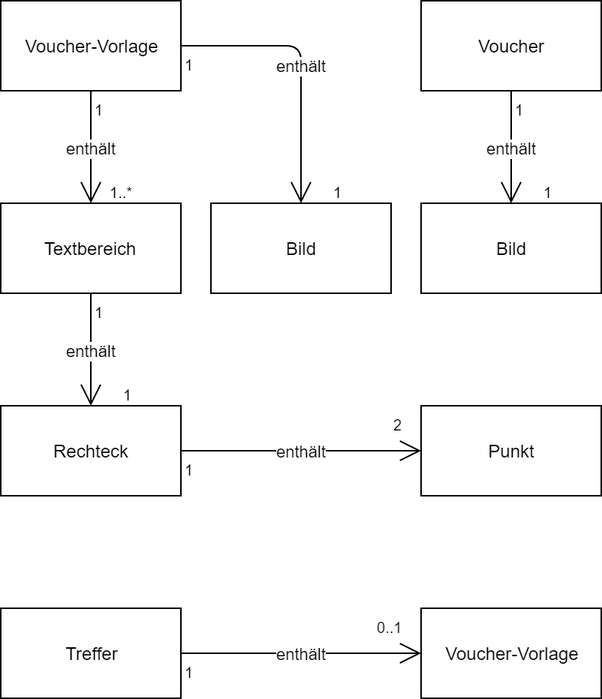
Earlier version of the draw.io export docs/Datenmodell.png (LucaRitz/ticket-recognition). Source tidied: cells renumbered, new cells last; positions are measured from the earlier drawing's top-left corner, leaving out a move shared by most shapes. Its diagram source:
```xml
<mxGraphModel>
  <root>
    <mxCell id="0" />
    <mxCell id="1" parent="0" />
    <mxCell id="2" value="Voucher-Vorlage" style="rounded=0;whiteSpace=wrap;html=1;" parent="1" vertex="1">
      <mxGeometry width="120" height="60" as="geometry" />
    </mxCell>
    <mxCell id="3" value="Textbereich" style="rounded=0;whiteSpace=wrap;html=1;" parent="1" vertex="1">
      <mxGeometry y="135" width="120" height="60" as="geometry" />
    </mxCell>
    <mxCell id="4" value="enthält" style="endArrow=open;html=1;endSize=12;startArrow=none;startSize=14;startFill=0;edgeStyle=orthogonalEdgeStyle;" parent="1" edge="1" source="2" target="3">
      <mxGeometry relative="1" as="geometry" />
    </mxCell>
    <mxCell id="5" value="1" style="html=1;align=left;verticalAlign=top;labelBackgroundColor=#ffffff;fontSize=10;" parent="4" vertex="1">
      <mxGeometry x="-1" relative="1" as="geometry" />
    </mxCell>
    <mxCell id="6" value="1..*" style="html=1;align=right;verticalAlign=top;labelBackgroundColor=#ffffff;fontSize=10;" parent="4" vertex="1">
      <mxGeometry x="1" relative="1" as="geometry">
        <mxPoint x="30" y="-20" as="offset" />
      </mxGeometry>
    </mxCell>
    <mxCell id="7" value="Bild" style="rounded=0;whiteSpace=wrap;html=1;" parent="1" vertex="1">
      <mxGeometry x="140" y="135" width="120" height="60" as="geometry" />
    </mxCell>
    <mxCell id="8" value="enthält" style="endArrow=open;html=1;endSize=12;startArrow=none;startSize=14;startFill=0;edgeStyle=orthogonalEdgeStyle;" parent="1" edge="1" source="2" target="7">
      <mxGeometry relative="1" as="geometry" />
    </mxCell>
    <mxCell id="9" value="1" style="html=1;align=left;verticalAlign=top;labelBackgroundColor=#ffffff;fontSize=10;" parent="8" vertex="1">
      <mxGeometry x="-1" relative="1" as="geometry" />
    </mxCell>
    <mxCell id="10" value="1" style="html=1;align=right;verticalAlign=top;labelBackgroundColor=#ffffff;fontSize=10;" parent="8" vertex="1">
      <mxGeometry x="1" relative="1" as="geometry">
        <mxPoint x="30" y="-20" as="offset" />
      </mxGeometry>
    </mxCell>
    <mxCell id="11" value="Voucher" style="rounded=0;whiteSpace=wrap;html=1;" parent="1" vertex="1">
      <mxGeometry x="280" width="120" height="60" as="geometry" />
    </mxCell>
    <mxCell id="12" value="Bild" style="rounded=0;whiteSpace=wrap;html=1;" parent="1" vertex="1">
      <mxGeometry x="280" y="135" width="120" height="60" as="geometry" />
    </mxCell>
    <mxCell id="13" value="enthält" style="endArrow=open;html=1;endSize=12;startArrow=none;startSize=14;startFill=0;edgeStyle=orthogonalEdgeStyle;" parent="1" edge="1" source="11" target="12">
      <mxGeometry relative="1" as="geometry" />
    </mxCell>
    <mxCell id="14" value="1" style="html=1;align=left;verticalAlign=top;labelBackgroundColor=#ffffff;fontSize=10;" parent="13" vertex="1">
      <mxGeometry x="-1" relative="1" as="geometry" />
    </mxCell>
    <mxCell id="15" value="1" style="html=1;align=right;verticalAlign=top;labelBackgroundColor=#ffffff;fontSize=10;" parent="13" vertex="1">
      <mxGeometry x="1" relative="1" as="geometry">
        <mxPoint x="30" y="-20" as="offset" />
      </mxGeometry>
    </mxCell>
    <mxCell id="16" value="Rechteck" style="rounded=0;whiteSpace=wrap;html=1;" parent="1" vertex="1">
      <mxGeometry y="270" width="120" height="60" as="geometry" />
    </mxCell>
    <mxCell id="17" value="Punkt" style="rounded=0;whiteSpace=wrap;html=1;" parent="1" vertex="1">
      <mxGeometry x="280" y="270" width="120" height="60" as="geometry" />
    </mxCell>
    <mxCell id="18" value="enthält" style="endArrow=open;html=1;endSize=12;startArrow=none;startSize=14;startFill=0;edgeStyle=orthogonalEdgeStyle;" parent="1" edge="1" source="3" target="16">
      <mxGeometry relative="1" as="geometry" />
    </mxCell>
    <mxCell id="19" value="1" style="html=1;align=left;verticalAlign=top;labelBackgroundColor=#ffffff;fontSize=10;" parent="18" vertex="1">
      <mxGeometry x="-1" relative="1" as="geometry" />
    </mxCell>
    <mxCell id="20" value="1" style="html=1;align=right;verticalAlign=top;labelBackgroundColor=#ffffff;fontSize=10;" parent="18" vertex="1">
      <mxGeometry x="1" relative="1" as="geometry">
        <mxPoint x="30" y="-20" as="offset" />
      </mxGeometry>
    </mxCell>
    <mxCell id="21" value="enthält" style="endArrow=open;html=1;endSize=12;startArrow=none;startSize=14;startFill=0;edgeStyle=orthogonalEdgeStyle;" parent="1" edge="1" source="16" target="17">
      <mxGeometry relative="1" as="geometry" />
    </mxCell>
    <mxCell id="22" value="1" style="html=1;align=left;verticalAlign=top;labelBackgroundColor=#ffffff;fontSize=10;" parent="21" vertex="1">
      <mxGeometry x="-1" relative="1" as="geometry" />
    </mxCell>
    <mxCell id="23" value="2" style="html=1;align=right;verticalAlign=top;labelBackgroundColor=#ffffff;fontSize=10;" parent="21" vertex="1">
      <mxGeometry x="1" relative="1" as="geometry">
        <mxPoint x="-10" y="-30" as="offset" />
      </mxGeometry>
    </mxCell>
    <mxCell id="24" value="Treffer" style="rounded=0;whiteSpace=wrap;html=1;" parent="1" vertex="1">
      <mxGeometry y="405" width="120" height="60" as="geometry" />
    </mxCell>
    <mxCell id="25" value="Voucher-Vorlage" style="rounded=0;whiteSpace=wrap;html=1;" parent="1" vertex="1">
      <mxGeometry x="280" y="405" width="120" height="60" as="geometry" />
    </mxCell>
    <mxCell id="26" value="enthält" style="endArrow=open;html=1;endSize=12;startArrow=none;startSize=14;startFill=0;edgeStyle=orthogonalEdgeStyle;" parent="1" edge="1" source="24" target="25">
      <mxGeometry relative="1" as="geometry" />
    </mxCell>
    <mxCell id="27" value="1" style="html=1;align=left;verticalAlign=top;labelBackgroundColor=#ffffff;fontSize=10;" parent="26" vertex="1">
      <mxGeometry x="-1" relative="1" as="geometry" />
    </mxCell>
    <mxCell id="28" value="0..1" style="html=1;align=right;verticalAlign=top;labelBackgroundColor=#ffffff;fontSize=10;" parent="26" vertex="1">
      <mxGeometry x="1" relative="1" as="geometry">
        <mxPoint x="-10" y="-30" as="offset" />
      </mxGeometry>
    </mxCell>
  </root>
</mxGraphModel>
```
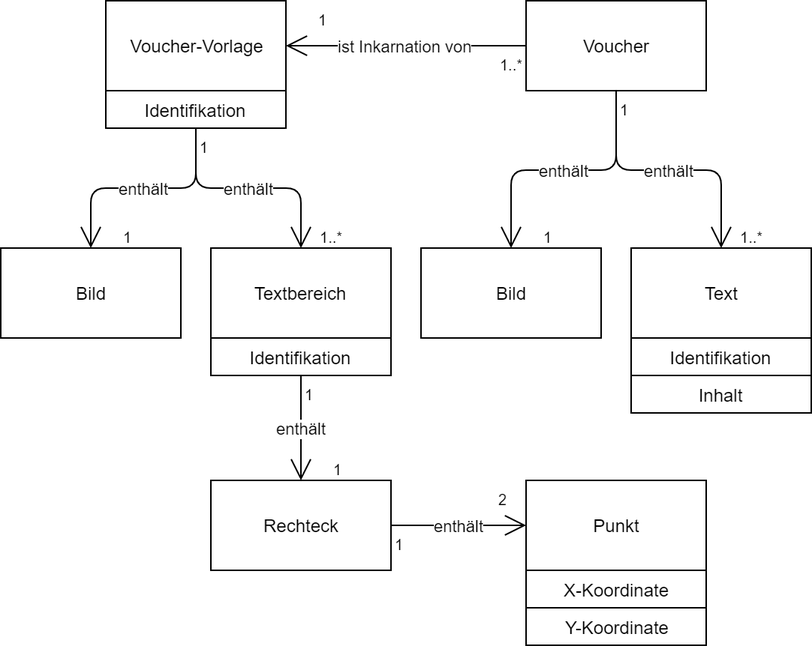
The same diagram one commit later.

Diff of the diagram source:
```diff
@@ -3,12 +3,12 @@
     <mxCell id="0" />
     <mxCell id="1" parent="0" />
     <mxCell id="2" value="Voucher-Vorlage" style="rounded=0;whiteSpace=wrap;html=1;" parent="1" vertex="1">
-      <mxGeometry width="120" height="60" as="geometry" />
+      <mxGeometry x="-50" y="65" width="120" height="60" as="geometry" />
     </mxCell>
     <mxCell id="3" value="Textbereich" style="rounded=0;whiteSpace=wrap;html=1;" parent="1" vertex="1">
-      <mxGeometry y="135" width="120" height="60" as="geometry" />
+      <mxGeometry x="20" y="230" width="120" height="60" as="geometry" />
     </mxCell>
-    <mxCell id="4" value="enthält" style="endArrow=open;html=1;endSize=12;startArrow=none;startSize=14;startFill=0;edgeStyle=orthogonalEdgeStyle;" parent="1" edge="1" source="2" target="3">
+    <mxCell id="4" value="enthält" style="endArrow=open;html=1;endSize=12;startArrow=none;startSize=14;startFill=0;edgeStyle=orthogonalEdgeStyle;exitX=0.5;exitY=1;exitDx=0;exitDy=0;" parent="1" edge="1" source="39" target="3">
       <mxGeometry relative="1" as="geometry" />
     </mxCell>
     <mxCell id="5" value="1" style="html=1;align=left;verticalAlign=top;labelBackgroundColor=#ffffff;fontSize=10;" parent="4" vertex="1">
@@ -20,9 +20,9 @@
       </mxGeometry>
     </mxCell>
     <mxCell id="7" value="Bild" style="rounded=0;whiteSpace=wrap;html=1;" parent="1" vertex="1">
-      <mxGeometry x="140" y="135" width="120" height="60" as="geometry" />
+      <mxGeometry x="-120" y="230" width="120" height="60" as="geometry" />
     </mxCell>
-    <mxCell id="8" value="enthält" style="endArrow=open;html=1;endSize=12;startArrow=none;startSize=14;startFill=0;edgeStyle=orthogonalEdgeStyle;" parent="1" edge="1" source="2" target="7">
+    <mxCell id="8" value="enthält" style="endArrow=open;html=1;endSize=12;startArrow=none;startSize=14;startFill=0;edgeStyle=orthogonalEdgeStyle;exitX=0.5;exitY=1;exitDx=0;exitDy=0;" parent="1" edge="1" source="39" target="7">
       <mxGeometry relative="1" as="geometry" />
     </mxCell>
     <mxCell id="9" value="1" style="html=1;align=left;verticalAlign=top;labelBackgroundColor=#ffffff;fontSize=10;" parent="8" vertex="1">
@@ -34,10 +34,10 @@
       </mxGeometry>
     </mxCell>
     <mxCell id="11" value="Voucher" style="rounded=0;whiteSpace=wrap;html=1;" parent="1" vertex="1">
-      <mxGeometry x="280" width="120" height="60" as="geometry" />
+      <mxGeometry x="230" y="65" width="120" height="60" as="geometry" />
     </mxCell>
     <mxCell id="12" value="Bild" style="rounded=0;whiteSpace=wrap;html=1;" parent="1" vertex="1">
-      <mxGeometry x="280" y="135" width="120" height="60" as="geometry" />
+      <mxGeometry x="160" y="230" width="120" height="60" as="geometry" />
     </mxCell>
     <mxCell id="13" value="enthält" style="endArrow=open;html=1;endSize=12;startArrow=none;startSize=14;startFill=0;edgeStyle=orthogonalEdgeStyle;" parent="1" edge="1" source="11" target="12">
       <mxGeometry relative="1" as="geometry" />
@@ -50,50 +50,78 @@
         <mxPoint x="30" y="-20" as="offset" />
       </mxGeometry>
     </mxCell>
+    <mxCell id="29" value="Text" style="rounded=0;whiteSpace=wrap;html=1;" parent="1" vertex="1">
+      <mxGeometry x="300" y="230" width="120" height="60" as="geometry" />
+    </mxCell>
+    <mxCell id="30" value="enthält" style="endArrow=open;html=1;endSize=12;startArrow=none;startSize=14;startFill=0;edgeStyle=orthogonalEdgeStyle;" parent="1" edge="1" source="11" target="29">
+      <mxGeometry relative="1" as="geometry" />
+    </mxCell>
+    <mxCell id="31" value="1" style="html=1;align=left;verticalAlign=top;labelBackgroundColor=#ffffff;fontSize=10;" parent="30" vertex="1">
+      <mxGeometry x="-1" relative="1" as="geometry" />
+    </mxCell>
+    <mxCell id="32" value="1..*" style="html=1;align=right;verticalAlign=top;labelBackgroundColor=#ffffff;fontSize=10;" parent="30" vertex="1">
+      <mxGeometry x="1" relative="1" as="geometry">
+        <mxPoint x="30" y="-20" as="offset" />
+      </mxGeometry>
+    </mxCell>
+    <mxCell id="33" value="ist Inkarnation von" style="endArrow=open;html=1;endSize=12;startArrow=none;startSize=14;startFill=0;edgeStyle=orthogonalEdgeStyle;" parent="1" edge="1" source="11" target="2">
+      <mxGeometry relative="1" as="geometry" />
+    </mxCell>
+    <mxCell id="34" value="1..*" style="html=1;align=left;verticalAlign=top;labelBackgroundColor=#ffffff;fontSize=10;" parent="33" vertex="1">
+      <mxGeometry x="-1" relative="1" as="geometry">
+        <mxPoint x="-20" as="offset" />
+      </mxGeometry>
+    </mxCell>
+    <mxCell id="35" value="1" style="html=1;align=right;verticalAlign=top;labelBackgroundColor=#ffffff;fontSize=10;" parent="33" vertex="1">
+      <mxGeometry x="1" relative="1" as="geometry">
+        <mxPoint x="30" y="-30" as="offset" />
+      </mxGeometry>
+    </mxCell>
+    <mxCell id="36" value="Identifikation" style="rounded=0;whiteSpace=wrap;html=1;" parent="1" vertex="1">
+      <mxGeometry x="20" y="290" width="120" height="25" as="geometry" />
+    </mxCell>
+    <mxCell id="37" value="Identifikation" style="rounded=0;whiteSpace=wrap;html=1;" parent="1" vertex="1">
+      <mxGeometry x="300" y="290" width="120" height="25" as="geometry" />
+    </mxCell>
+    <mxCell id="38" value="Inhalt" style="rounded=0;whiteSpace=wrap;html=1;" parent="1" vertex="1">
+      <mxGeometry x="300" y="315" width="120" height="25" as="geometry" />
+    </mxCell>
+    <mxCell id="39" value="Identifikation" style="rounded=0;whiteSpace=wrap;html=1;" parent="1" vertex="1">
+      <mxGeometry x="-50" y="125" width="120" height="25" as="geometry" />
+    </mxCell>
     <mxCell id="16" value="Rechteck" style="rounded=0;whiteSpace=wrap;html=1;" parent="1" vertex="1">
-      <mxGeometry y="270" width="120" height="60" as="geometry" />
+      <mxGeometry x="20" y="385" width="120" height="60" as="geometry" />
     </mxCell>
     <mxCell id="17" value="Punkt" style="rounded=0;whiteSpace=wrap;html=1;" parent="1" vertex="1">
-      <mxGeometry x="280" y="270" width="120" height="60" as="geometry" />
+      <mxGeometry x="230" y="385" width="120" height="60" as="geometry" />
     </mxCell>
-    <mxCell id="18" value="enthält" style="endArrow=open;html=1;endSize=12;startArrow=none;startSize=14;startFill=0;edgeStyle=orthogonalEdgeStyle;" parent="1" edge="1" source="3" target="16">
-      <mxGeometry relative="1" as="geometry" />
-    </mxCell>
-    <mxCell id="19" value="1" style="html=1;align=left;verticalAlign=top;labelBackgroundColor=#ffffff;fontSize=10;" parent="18" vertex="1">
-      <mxGeometry x="-1" relative="1" as="geometry" />
-    </mxCell>
-    <mxCell id="20" value="1" style="html=1;align=right;verticalAlign=top;labelBackgroundColor=#ffffff;fontSize=10;" parent="18" vertex="1">
-      <mxGeometry x="1" relative="1" as="geometry">
-        <mxPoint x="30" y="-20" as="offset" />
-      </mxGeometry>
-    </mxCell>
     <mxCell id="21" value="enthält" style="endArrow=open;html=1;endSize=12;startArrow=none;startSize=14;startFill=0;edgeStyle=orthogonalEdgeStyle;" parent="1" edge="1" source="16" target="17">
       <mxGeometry relative="1" as="geometry" />
     </mxCell>
-    <mxCell id="22" value="1" style="html=1;align=left;verticalAlign=top;labelBackgroundColor=#ffffff;fontSize=10;" parent="21" vertex="1">
-      <mxGeometry x="-1" relative="1" as="geometry" />
-    </mxCell>
+    <mxCell id="40" value="1" style="html=1;align=left;verticalAlign=top;labelBackgroundColor=#ffffff;fontSize=10;" parent="21" vertex="1">
+      <mxGeometry x="-1" relative="1" as="geometry" />
+    </mxCell>
     <mxCell id="23" value="2" style="html=1;align=right;verticalAlign=top;labelBackgroundColor=#ffffff;fontSize=10;" parent="21" vertex="1">
       <mxGeometry x="1" relative="1" as="geometry">
         <mxPoint x="-10" y="-30" as="offset" />
       </mxGeometry>
     </mxCell>
-    <mxCell id="24" value="Treffer" style="rounded=0;whiteSpace=wrap;html=1;" parent="1" vertex="1">
-      <mxGeometry y="405" width="120" height="60" as="geometry" />
-    </mxCell>
-    <mxCell id="25" value="Voucher-Vorlage" style="rounded=0;whiteSpace=wrap;html=1;" parent="1" vertex="1">
-      <mxGeometry x="280" y="405" width="120" height="60" as="geometry" />
-    </mxCell>
-    <mxCell id="26" value="enthält" style="endArrow=open;html=1;endSize=12;startArrow=none;startSize=14;startFill=0;edgeStyle=orthogonalEdgeStyle;" parent="1" edge="1" source="24" target="25">
-      <mxGeometry relative="1" as="geometry" />
-    </mxCell>
-    <mxCell id="27" value="1" style="html=1;align=left;verticalAlign=top;labelBackgroundColor=#ffffff;fontSize=10;" parent="26" vertex="1">
-      <mxGeometry x="-1" relative="1" as="geometry" />
-    </mxCell>
-    <mxCell id="28" value="0..1" style="html=1;align=right;verticalAlign=top;labelBackgroundColor=#ffffff;fontSize=10;" parent="26" vertex="1">
-      <mxGeometry x="1" relative="1" as="geometry">
-        <mxPoint x="-10" y="-30" as="offset" />
-      </mxGeometry>
-    </mxCell>
+    <mxCell id="41" value="enthält" style="endArrow=open;html=1;endSize=12;startArrow=none;startSize=14;startFill=0;edgeStyle=orthogonalEdgeStyle;" parent="1" edge="1" source="36" target="16">
+      <mxGeometry relative="1" as="geometry" />
+    </mxCell>
+    <mxCell id="42" value="1" style="html=1;align=left;verticalAlign=top;labelBackgroundColor=#ffffff;fontSize=10;" parent="41" vertex="1">
+      <mxGeometry x="-1" relative="1" as="geometry" />
+    </mxCell>
+    <mxCell id="43" value="1" style="html=1;align=right;verticalAlign=top;labelBackgroundColor=#ffffff;fontSize=10;" parent="41" vertex="1">
+      <mxGeometry x="1" relative="1" as="geometry">
+        <mxPoint x="30" y="-20" as="offset" />
+      </mxGeometry>
+    </mxCell>
+    <mxCell id="44" value="X-Koordinate" style="rounded=0;whiteSpace=wrap;html=1;" parent="1" vertex="1">
+      <mxGeometry x="230" y="445" width="120" height="25" as="geometry" />
+    </mxCell>
+    <mxCell id="45" value="Y-Koordinate" style="rounded=0;whiteSpace=wrap;html=1;" parent="1" vertex="1">
+      <mxGeometry x="230" y="470" width="120" height="25" as="geometry" />
+    </mxCell>
   </root>
 </mxGraphModel>
```
